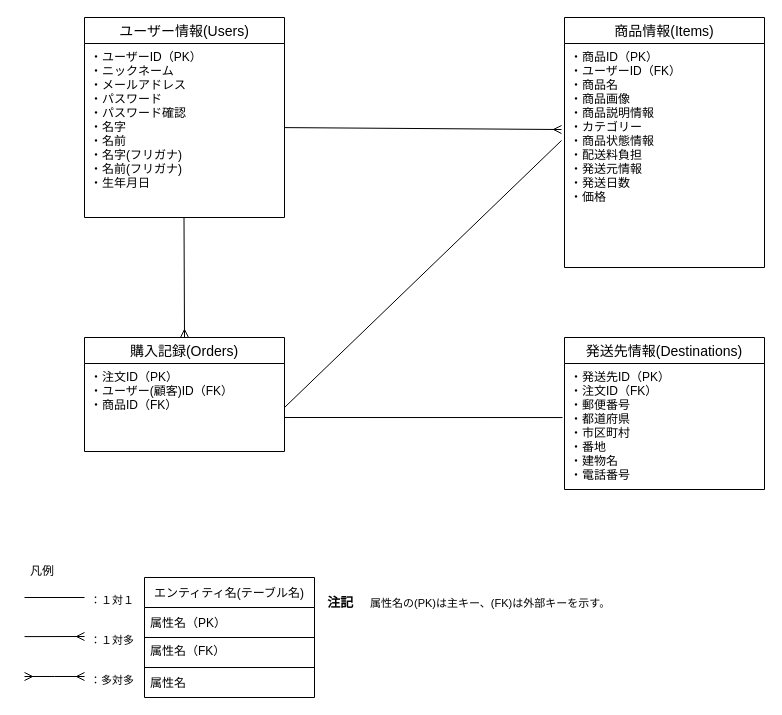
This is furima-38133.dio from NO1224/furima-38133, a draw.io file, before an edit. Source tidied: cells renumbered, new cells numbered last; positions are measured from the earlier drawing's top-left corner, leaving out a move shared by most shapes. Both pictures are drawn from the tidied source at 100%, with x=0, y=0 at pixel (24, 17).
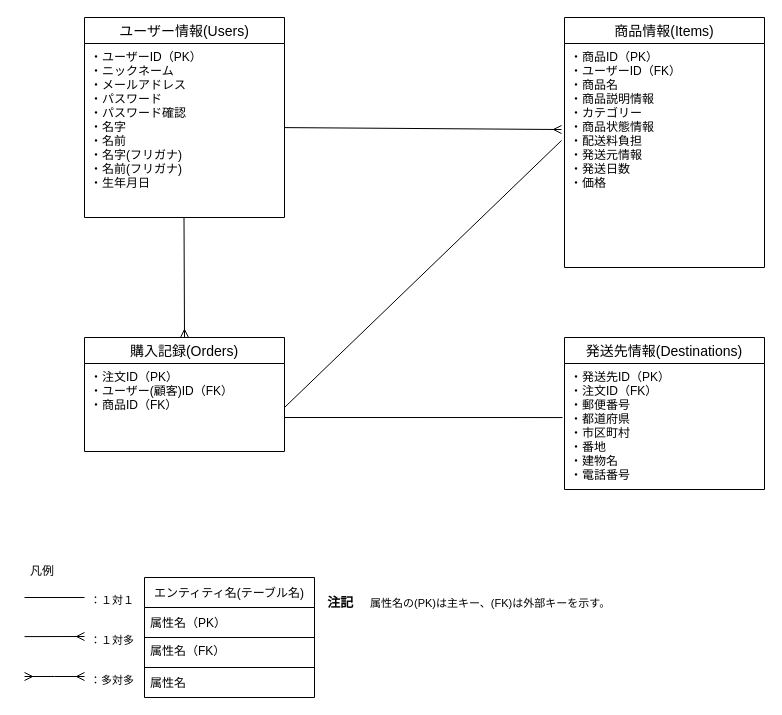
The same page after the edit.

Commit message (it also covers changes not shown here):
ER図、README修正3

The change refers to these unchanged cells:
```xml
<mxCell id="4" value="商品情報(Items)" style="swimlane;fontStyle=0;horizontal=1;startSize=26;align=center;fontSize=14;" parent="1" vertex="1">
  <mxGeometry x="540" width="200" height="250" as="geometry" />
</mxCell>
```

Diff of the diagram source:
```diff
@@
-    <mxCell id="5" value="・商品ID（PK）&#10;・ユーザーID（FK）&#10;・商品名&#10;・商品画像&#10;・商品説明情報&#10;・カテゴリー&#10;・商品状態情報&#10;・配送料負担&#10;・発送元情報&#10;・発送日数&#10;・価格" style="text;strokeColor=none;fillColor=none;spacingLeft=4;spacingRight=4;overflow=hidden;points=[[0,0.5],[1,0.5]];portConstraint=eastwest;fontSize=12;" parent="4" vertex="1">
+    <mxCell id="5" value="・商品ID（PK）&#10;・ユーザーID（FK）&#10;・商品名&#10;・商品説明情報&#10;・カテゴリー&#10;・商品状態情報&#10;・配送料負担&#10;・発送元情報&#10;・発送日数&#10;・価格" style="text;strokeColor=none;fillColor=none;spacingLeft=4;spacingRight=4;overflow=hidden;points=[[0,0.5],[1,0.5]];portConstraint=eastwest;fontSize=12;" parent="4" vertex="1">
       <mxGeometry y="26" width="200" height="224" as="geometry" />
     </mxCell>
```
